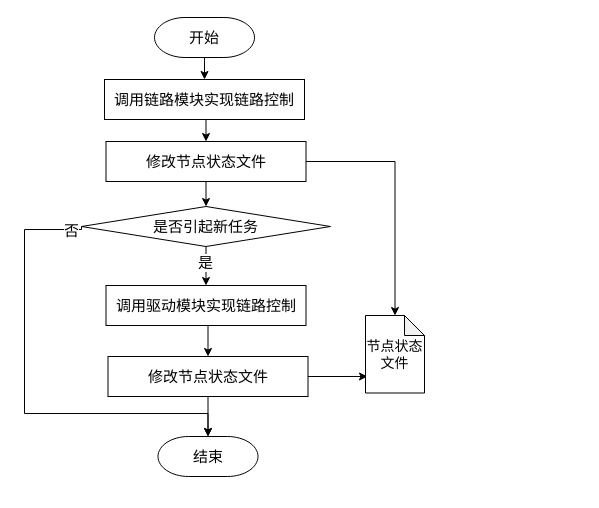
Icarus1994/neutron_conf keeps this draw.io diagram as page "链路控制模块_工作流程图" (7 of 11) of 网络控制技术_流程图.drawio. Above is the earlier version. Source tidied: cells renumbered, new cells numbered last; positions are measured from the earlier drawing's top-left corner, leaving out a move shared by most shapes. Both pictures are drawn from the tidied source at 100%, with x=0, y=0 at pixel (24, 17).
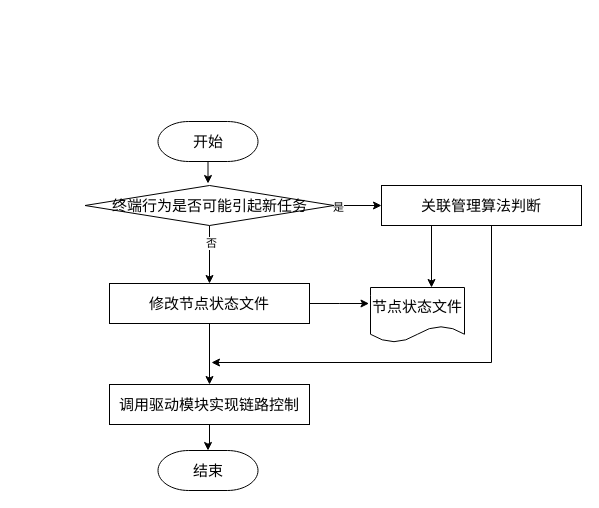
After the change.

The edit, as a diff of the source:
```diff
@@
-    <mxCell id="2" style="edgeStyle=orthogonalEdgeStyle;rounded=0;jettySize=auto;html=1;exitX=0.5;exitY=1;exitDx=0;exitDy=0;exitPerimeter=0;" parent="1" edge="1" source="3" target="16">
-      <mxGeometry relative="1" as="geometry" />
+    <mxCell id="2" style="edgeStyle=orthogonalEdgeStyle;rounded=0;jettySize=auto;html=1;exitX=0.5;exitY=1;exitDx=0;exitDy=0;exitPerimeter=0;" parent="1" edge="1" source="3">
+      <mxGeometry relative="1" as="geometry">
+        <mxPoint x="183.5" y="166" as="targetPoint" />
+      </mxGeometry>
     </mxCell>
     <mxCell id="3" value="开始" style="strokeWidth=1;html=1;shape=mxgraph.flowchart.terminator;whiteSpace=wrap;fontSize=15;" parent="1" vertex="1">
-      <mxGeometry x="130" width="100" height="40" as="geometry" />
+      <mxGeometry x="133.5" y="104" width="100" height="40" as="geometry" />
     </mxCell>
     <mxCell id="4" value="结束" style="strokeWidth=1;html=1;shape=mxgraph.flowchart.terminator;whiteSpace=wrap;fontSize=15;" parent="1" vertex="1">
-      <mxGeometry x="133.5" y="419" width="100" height="40" as="geometry" />
+      <mxGeometry x="133.5" y="433" width="100" height="40" as="geometry" />
     </mxCell>
+    <mxCell id="21" style="edgeStyle=orthogonalEdgeStyle;rounded=0;jettySize=auto;html=1;exitX=0.5;exitY=1;exitDx=0;exitDy=0;" parent="1" edge="1" source="5" target="4">
+      <mxGeometry relative="1" as="geometry" />
+    </mxCell>
     <mxCell id="5" value="调用驱动模块实现链路控制" style="rounded=0;whiteSpace=wrap;html=1;strokeWidth=1;fontSize=15;" parent="1" vertex="1">
-      <mxGeometry x="81.5" y="268" width="200" height="40" as="geometry" />
+      <mxGeometry x="85" y="367" width="200" height="40" as="geometry" />
     </mxCell>
-    <mxCell id="6" style="edgeStyle=orthogonalEdgeStyle;rounded=0;jettySize=auto;html=1;exitX=0.5;exitY=1;exitDx=0;exitDy=0;entryX=0.5;entryY=0;entryDx=0;entryDy=0;entryPerimeter=0;" parent="1" edge="1" source="8" target="4">
-      <mxGeometry relative="1" as="geometry" />
-    </mxCell>
-    <mxCell id="7" style="edgeStyle=orthogonalEdgeStyle;rounded=0;jettySize=auto;html=1;exitX=1;exitY=0.5;exitDx=0;exitDy=0;entryX=0.034;entryY=0.787;entryDx=0;entryDy=0;entryPerimeter=0;" parent="1" edge="1" source="8" target="20">
-      <mxGeometry relative="1" as="geometry" />
+    <mxCell id="7" style="edgeStyle=orthogonalEdgeStyle;rounded=0;jettySize=auto;html=1;exitX=1;exitY=0.5;exitDx=0;exitDy=0;entryX=0.034;entryY=0.787;entryDx=0;entryDy=0;entryPerimeter=0;" parent="1" edge="1" source="8">
+      <mxGeometry relative="1" as="geometry">
+        <mxPoint x="344.5" y="286" as="targetPoint" />
+      </mxGeometry>
     </mxCell>
+    <mxCell id="22" style="edgeStyle=orthogonalEdgeStyle;rounded=0;jettySize=auto;html=1;exitX=0.5;exitY=1;exitDx=0;exitDy=0;" parent="1" edge="1" source="8" target="5">
+      <mxGeometry relative="1" as="geometry" />
+    </mxCell>
     <mxCell id="8" value="修改节点状态文件" style="rounded=0;whiteSpace=wrap;html=1;strokeWidth=1;fontSize=15;" parent="1" vertex="1">
-      <mxGeometry x="83.5" y="339" width="200" height="40" as="geometry" />
+      <mxGeometry x="85" y="266" width="200" height="40" as="geometry" />
     </mxCell>
-    <mxCell id="9" style="edgeStyle=orthogonalEdgeStyle;rounded=0;jettySize=auto;html=1;exitX=0.5;exitY=1;exitDx=0;exitDy=0;entryX=0.5;entryY=0;entryDx=0;entryDy=0;" parent="1" edge="1" source="5" target="8">
-      <mxGeometry relative="1" as="geometry" />
-    </mxCell>
-    <mxCell id="10" style="edgeStyle=orthogonalEdgeStyle;rounded=0;jettySize=auto;html=1;exitX=0.5;exitY=1;exitDx=0;exitDy=0;exitPerimeter=0;entryX=0.5;entryY=0;entryDx=0;entryDy=0;" parent="1" edge="1" source="14" target="5">
-      <mxGeometry relative="1" as="geometry" />
-    </mxCell>
+    <mxCell id="23" style="edgeStyle=orthogonalEdgeStyle;rounded=0;jettySize=auto;html=1;exitX=1;exitY=0.5;exitDx=0;exitDy=0;exitPerimeter=0;entryX=0;entryY=0.5;entryDx=0;entryDy=0;" parent="1" edge="1" source="14" target="27">
+      <mxGeometry relative="1" as="geometry" />
+    </mxCell>
-    <mxCell id="11" value="&lt;font style=&quot;font-size: 15px&quot;&gt;是&lt;/font&gt;" style="edgeLabel;html=1;align=center;verticalAlign=middle;" parent="10" vertex="1">
-      <mxGeometry x="-0.23" y="-1" relative="1" as="geometry" />
+    <mxCell id="11" value="是" style="edgeLabel;html=1;align=center;verticalAlign=middle;" parent="23" vertex="1">
+      <mxGeometry x="-0.88" y="-1" relative="1" as="geometry">
+        <mxPoint x="1" as="offset" />
+      </mxGeometry>
     </mxCell>
-    <mxCell id="12" style="edgeStyle=orthogonalEdgeStyle;rounded=0;jettySize=auto;html=1;exitX=0;exitY=0.5;exitDx=0;exitDy=0;exitPerimeter=0;entryX=0.5;entryY=0;entryDx=0;entryDy=0;entryPerimeter=0;" parent="1" edge="1" source="14" target="4">
-      <mxGeometry relative="1" as="geometry">
-        <Array as="points">
-          <mxPoint x="46" y="212" />
-          <mxPoint y="212" />
-          <mxPoint y="396" />
-          <mxPoint x="174" y="396" />
-        </Array>
-      </mxGeometry>
-    </mxCell>
+    <mxCell id="24" style="edgeStyle=orthogonalEdgeStyle;rounded=0;jettySize=auto;html=1;exitX=0.5;exitY=1;exitDx=0;exitDy=0;exitPerimeter=0;" parent="1" edge="1" source="14" target="8">
+      <mxGeometry relative="1" as="geometry" />
+    </mxCell>
-    <mxCell id="13" value="&lt;font style=&quot;font-size: 15px&quot;&gt;否&lt;/font&gt;" style="edgeLabel;html=1;align=center;verticalAlign=middle;" parent="12" vertex="1">
-      <mxGeometry x="-0.94" relative="1" as="geometry" />
+    <mxCell id="13" value="否" style="edgeLabel;html=1;align=center;verticalAlign=middle;" parent="24" vertex="1">
+      <mxGeometry x="-0.41" y="1" relative="1" as="geometry" />
     </mxCell>
-    <mxCell id="14" value="&lt;span style=&quot;font-size: 15px&quot;&gt;是否引起新任务&lt;br style=&quot;font-size: 15px&quot;&gt;&lt;/span&gt;" style="strokeWidth=1;html=1;shape=mxgraph.flowchart.decision;whiteSpace=wrap;fontSize=15;" parent="1" vertex="1">
-      <mxGeometry x="57" y="189" width="249" height="40" as="geometry" />
+    <mxCell id="14" value="&lt;span style=&quot;font-size: 15px&quot;&gt;终端行为是否可能引起新任务&lt;br style=&quot;font-size: 15px&quot;&gt;&lt;/span&gt;" style="strokeWidth=1;html=1;shape=mxgraph.flowchart.decision;whiteSpace=wrap;fontSize=15;" parent="1" vertex="1">
+      <mxGeometry x="60.5" y="168" width="249" height="40" as="geometry" />
     </mxCell>
-    <mxCell id="15" style="edgeStyle=orthogonalEdgeStyle;rounded=0;jettySize=auto;html=1;exitX=0.5;exitY=1;exitDx=0;exitDy=0;entryX=0.5;entryY=0;entryDx=0;entryDy=0;" parent="1" edge="1" source="16" target="19">
-      <mxGeometry relative="1" as="geometry" />
-    </mxCell>
-    <mxCell id="16" value="调用链路模块实现链路控制" style="rounded=0;whiteSpace=wrap;html=1;strokeWidth=1;fontSize=15;" parent="1" vertex="1">
-      <mxGeometry x="80" y="62" width="200" height="40" as="geometry" />
-    </mxCell>
-    <mxCell id="17" style="edgeStyle=orthogonalEdgeStyle;rounded=0;jettySize=auto;html=1;exitX=0.5;exitY=1;exitDx=0;exitDy=0;entryX=0.5;entryY=0;entryDx=0;entryDy=0;entryPerimeter=0;" parent="1" edge="1" source="19" target="14">
-      <mxGeometry relative="1" as="geometry" />
-    </mxCell>
-    <mxCell id="18" style="edgeStyle=orthogonalEdgeStyle;rounded=0;jettySize=auto;html=1;exitX=1;exitY=0.5;exitDx=0;exitDy=0;entryX=0.5;entryY=0;entryDx=0;entryDy=0;entryPerimeter=0;" parent="1" edge="1" source="19" target="20">
-      <mxGeometry relative="1" as="geometry" />
-    </mxCell>
-    <mxCell id="19" value="修改节点状态文件" style="rounded=0;whiteSpace=wrap;html=1;strokeWidth=1;fontSize=15;" parent="1" vertex="1">
-      <mxGeometry x="81.5" y="124" width="200" height="40" as="geometry" />
-    </mxCell>
+    <mxCell id="25" style="edgeStyle=orthogonalEdgeStyle;rounded=0;jettySize=auto;html=1;exitX=0.25;exitY=1;exitDx=0;exitDy=0;entryX=0.649;entryY=0;entryDx=0;entryDy=0;entryPerimeter=0;" parent="1" edge="1" source="27" target="20">
+      <mxGeometry relative="1" as="geometry" />
+    </mxCell>
+    <mxCell id="26" style="edgeStyle=orthogonalEdgeStyle;rounded=0;jettySize=auto;html=1;exitX=0.5;exitY=1;exitDx=0;exitDy=0;" parent="1" edge="1" source="27">
+      <mxGeometry relative="1" as="geometry">
+        <mxPoint x="187" y="345" as="targetPoint" />
+        <Array as="points">
+          <mxPoint x="467" y="345" />
+        </Array>
+      </mxGeometry>
+    </mxCell>
+    <mxCell id="27" value="关联管理算法判断" style="rounded=0;whiteSpace=wrap;html=1;strokeWidth=1;fontSize=15;" parent="1" vertex="1">
+      <mxGeometry x="357" y="168" width="200" height="40" as="geometry" />
+    </mxCell>
-    <mxCell id="20" value="&lt;font style=&quot;font-size: 14px&quot;&gt;节点状态文件&lt;/font&gt;" style="shape=note;whiteSpace=wrap;html=1;backgroundOutline=1;darkOpacity=0.05;size=20;" parent="1" vertex="1">
-      <mxGeometry x="341" y="298" width="59" height="77.5" as="geometry" />
+    <mxCell id="20" value="&lt;font style=&quot;font-size: 15px&quot;&gt;节点状态文件&lt;/font&gt;" style="shape=document;whiteSpace=wrap;html=1;boundedLbl=1;" parent="1" vertex="1">
+      <mxGeometry x="346" y="270" width="94" height="55" as="geometry" />
     </mxCell>
```
